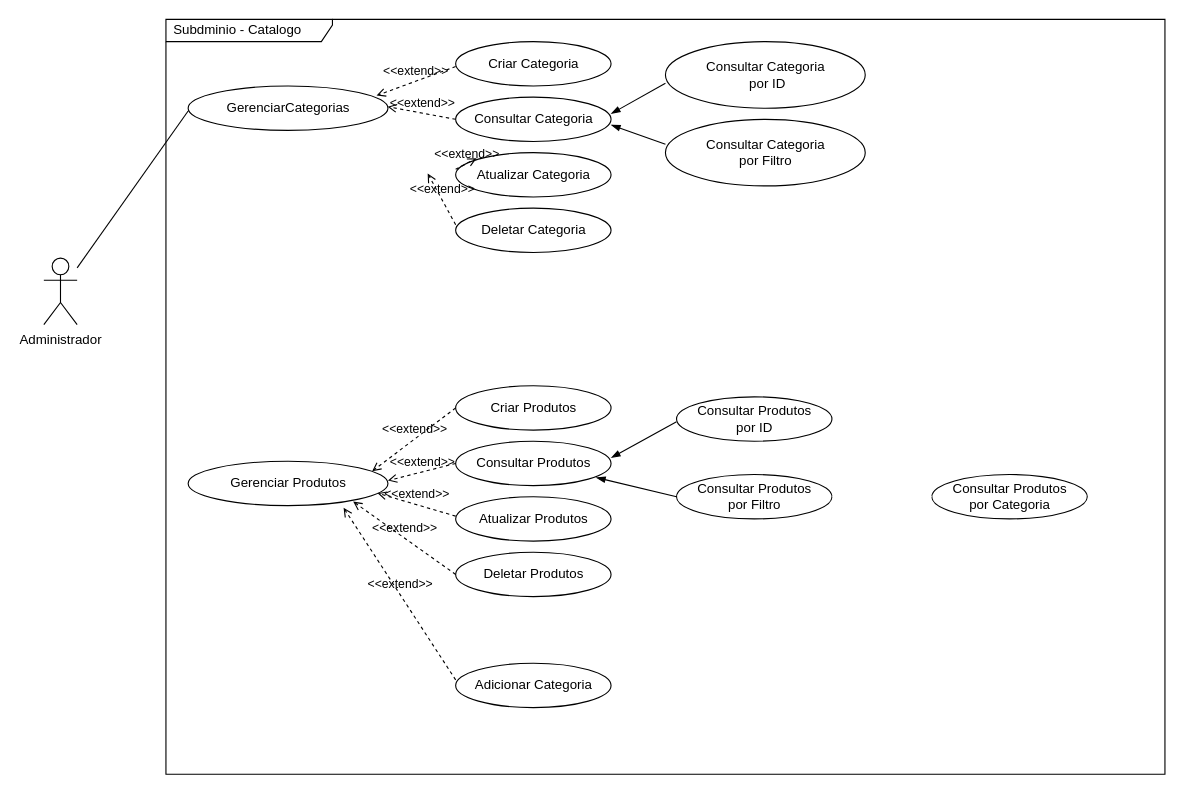
Above: page "Subdomínio - Cátalogo" (2 of 2) of requirements/ecommerce-caso-uso.drawio in robsonbucci/ecommerce-node-api (draw.io), before the change. Source tidied: cells renumbered, new cells numbered last; positions are measured from the earlier drawing's top-left corner, leaving out a move shared by most shapes. Both pictures are drawn from the tidied source at 111%, with x=0, y=0 at pixel (43, 19).
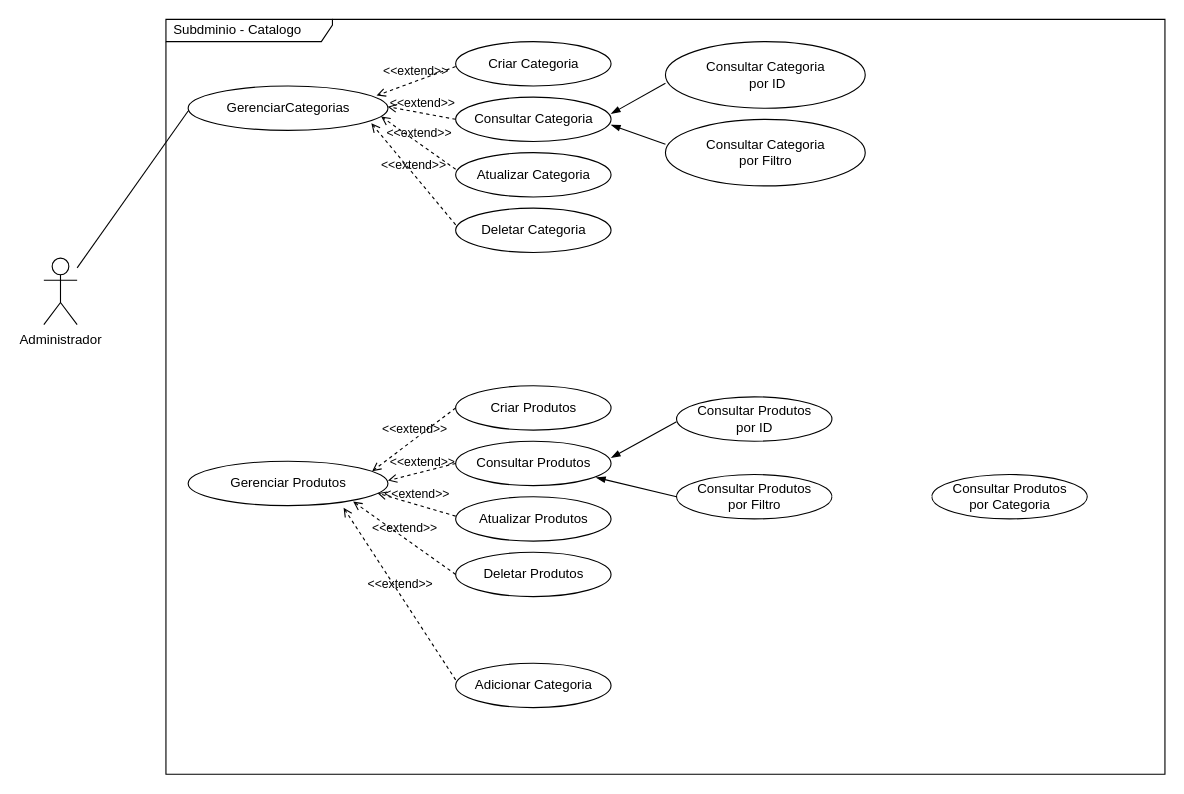
The same diagram, later.

The change refers to these unchanged cells:
```xml
<mxCell id="2" value="Subdminio - Catalogo" style="shape=umlFrame;whiteSpace=wrap;html=1;width=150;height=20;boundedLbl=1;verticalAlign=middle;align=left;spacingLeft=5;" parent="1" vertex="1">
  <mxGeometry x="110" width="900" height="680" as="geometry" />
</mxCell>
<mxCell id="5" style="shape=ellipse;horizontal=1;html=1;dashed=0;" parent="1" vertex="1">
  <mxGeometry x="130" y="60" width="180" height="40" as="geometry" />
</mxCell>
<mxCell id="14" value="Atualizar Categoria" style="html=1;strokeColor=none;fillColor=none;align=center;verticalAlign=middle;" parent="13" vertex="1">
  <mxGeometry y="15" width="140" height="10" as="geometry" />
</mxCell>
<mxCell id="16" value="Deletar Categoria" style="html=1;strokeColor=none;fillColor=none;align=center;verticalAlign=middle;" parent="15" vertex="1">
  <mxGeometry y="15" width="140" height="10" as="geometry" />
</mxCell>
```

What changed in the source:
```diff
@@
-    <mxCell id="19" value="&amp;lt;&amp;lt;extend&amp;gt;&amp;gt;" style="html=1;verticalAlign=bottom;labelBackgroundColor=none;endArrow=open;endFill=0;dashed=1;exitX=0;exitY=0;exitDx=0;exitDy=0;entryX=0.311;entryY=0.184;entryDx=0;entryDy=0;entryPerimeter=0;" parent="1" edge="1" source="14" target="2">
+    <mxCell id="19" value="&amp;lt;&amp;lt;extend&amp;gt;&amp;gt;" style="html=1;verticalAlign=bottom;labelBackgroundColor=none;endArrow=open;endFill=0;dashed=1;exitX=0;exitY=0;exitDx=0;exitDy=0;entryX=0.966;entryY=0.687;entryDx=0;entryDy=0;entryPerimeter=0;" parent="1" edge="1" source="14" target="5">
       <mxGeometry relative="1" as="geometry" />
     </mxCell>
-    <mxCell id="20" value="&amp;lt;&amp;lt;extend&amp;gt;&amp;gt;" style="html=1;verticalAlign=bottom;labelBackgroundColor=none;endArrow=open;endFill=0;dashed=1;exitX=0;exitY=0;exitDx=0;exitDy=0;entryX=0.262;entryY=0.204;entryDx=0;entryDy=0;entryPerimeter=0;" parent="1" edge="1" source="16" target="2">
+    <mxCell id="20" value="&amp;lt;&amp;lt;extend&amp;gt;&amp;gt;" style="html=1;verticalAlign=bottom;labelBackgroundColor=none;endArrow=open;endFill=0;dashed=1;exitX=0;exitY=0;exitDx=0;exitDy=0;entryX=0.917;entryY=0.841;entryDx=0;entryDy=0;entryPerimeter=0;" parent="1" edge="1" source="16" target="5">
       <mxGeometry relative="1" as="geometry" />
     </mxCell>
```
